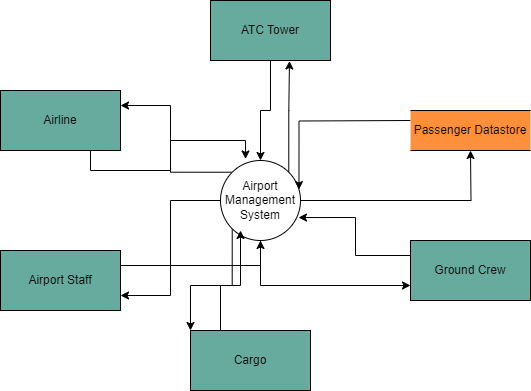
This is Diagramms/DFD_level0_context_diagram.png from Smr002/Group01_Airport_Management_System, a draw.io export, as it was before one commit. Source tidied: cells renumbered, new cells last; positions are measured from the earlier drawing's top-left corner, leaving out a move shared by most shapes. The source it was exported from:
```xml
<mxGraphModel>
  <root>
    <mxCell id="0" />
    <mxCell id="1" parent="0" />
    <mxCell id="2" value="Airline" style="whiteSpace=wrap;html=1;fillColor=#67AB9F;" parent="1" vertex="1">
      <mxGeometry y="90" width="120" height="60" as="geometry" />
    </mxCell>
    <mxCell id="3" value="Cargo" style="whiteSpace=wrap;html=1;fillColor=#67AB9F;" parent="1" vertex="1">
      <mxGeometry x="190" y="330" width="120" height="60" as="geometry" />
    </mxCell>
    <mxCell id="4" value="Ground Crew" style="whiteSpace=wrap;html=1;fillColor=#67AB9F;" parent="1" vertex="1">
      <mxGeometry x="410" y="240" width="120" height="60" as="geometry" />
    </mxCell>
    <mxCell id="5" style="edgeStyle=orthogonalEdgeStyle;rounded=0;jettySize=auto;html=1;exitX=0.5;exitY=1;exitDx=0;exitDy=0;entryX=0.5;entryY=0;entryDx=0;entryDy=0;" parent="1" edge="1" source="6" target="12">
      <mxGeometry relative="1" as="geometry" />
    </mxCell>
    <mxCell id="6" value="ATC Tower" style="whiteSpace=wrap;html=1;fillColor=#67AB9F;" parent="1" vertex="1">
      <mxGeometry x="210" width="120" height="60" as="geometry" />
    </mxCell>
    <mxCell id="7" style="edgeStyle=orthogonalEdgeStyle;rounded=0;jettySize=auto;html=1;exitX=1;exitY=0.5;exitDx=0;exitDy=0;" parent="1" edge="1" source="12">
      <mxGeometry relative="1" as="geometry">
        <mxPoint x="470" y="150" as="targetPoint" />
      </mxGeometry>
    </mxCell>
    <mxCell id="8" style="edgeStyle=orthogonalEdgeStyle;rounded=0;jettySize=auto;html=1;exitX=0.5;exitY=1;exitDx=0;exitDy=0;entryX=0;entryY=0.75;entryDx=0;entryDy=0;" parent="1" edge="1" source="12" target="4">
      <mxGeometry relative="1" as="geometry" />
    </mxCell>
    <mxCell id="9" style="edgeStyle=orthogonalEdgeStyle;rounded=0;jettySize=auto;html=1;exitX=0;exitY=1;exitDx=0;exitDy=0;entryX=0;entryY=0;entryDx=0;entryDy=0;" parent="1" edge="1" source="12" target="3">
      <mxGeometry relative="1" as="geometry" />
    </mxCell>
    <mxCell id="10" style="edgeStyle=orthogonalEdgeStyle;rounded=0;jettySize=auto;html=1;exitX=0;exitY=0.5;exitDx=0;exitDy=0;entryX=1;entryY=0.75;entryDx=0;entryDy=0;" parent="1" edge="1" source="12" target="14">
      <mxGeometry relative="1" as="geometry" />
    </mxCell>
    <mxCell id="11" style="edgeStyle=orthogonalEdgeStyle;rounded=0;jettySize=auto;html=1;exitX=0;exitY=0;exitDx=0;exitDy=0;entryX=1;entryY=0.25;entryDx=0;entryDy=0;" parent="1" edge="1" source="12" target="2">
      <mxGeometry relative="1" as="geometry" />
    </mxCell>
    <mxCell id="12" value="Airport Management System" style="ellipse;whiteSpace=wrap;html=1;" parent="1" vertex="1">
      <mxGeometry x="220" y="160" width="80" height="80" as="geometry" />
    </mxCell>
    <mxCell id="13" style="edgeStyle=orthogonalEdgeStyle;rounded=0;jettySize=auto;html=1;exitX=1;exitY=0.25;exitDx=0;exitDy=0;" parent="1" edge="1" source="14" target="12">
      <mxGeometry relative="1" as="geometry" />
    </mxCell>
    <mxCell id="14" value="Airport Staff" style="whiteSpace=wrap;html=1;fillColor=#67AB9F;" parent="1" vertex="1">
      <mxGeometry y="250" width="120" height="60" as="geometry" />
    </mxCell>
    <mxCell id="15" style="edgeStyle=orthogonalEdgeStyle;rounded=0;jettySize=auto;html=1;exitX=1;exitY=0;exitDx=0;exitDy=0;entryX=0.658;entryY=1.008;entryDx=0;entryDy=0;entryPerimeter=0;" parent="1" edge="1" source="12" target="6">
      <mxGeometry relative="1" as="geometry" />
    </mxCell>
    <mxCell id="16" style="edgeStyle=orthogonalEdgeStyle;rounded=0;jettySize=auto;html=1;exitX=0;exitY=0.5;exitDx=0;exitDy=0;entryX=0.981;entryY=0.363;entryDx=0;entryDy=0;entryPerimeter=0;" parent="1" edge="1" target="12">
      <mxGeometry relative="1" as="geometry">
        <mxPoint x="410" y="120" as="sourcePoint" />
      </mxGeometry>
    </mxCell>
    <mxCell id="17" style="edgeStyle=orthogonalEdgeStyle;rounded=0;jettySize=auto;html=1;exitX=0;exitY=0.25;exitDx=0;exitDy=0;entryX=0.975;entryY=0.713;entryDx=0;entryDy=0;entryPerimeter=0;" parent="1" edge="1" source="4" target="12">
      <mxGeometry relative="1" as="geometry" />
    </mxCell>
    <mxCell id="18" style="edgeStyle=orthogonalEdgeStyle;rounded=0;jettySize=auto;html=1;exitX=0.25;exitY=0;exitDx=0;exitDy=0;entryX=0.25;entryY=0.875;entryDx=0;entryDy=0;entryPerimeter=0;" parent="1" edge="1" source="3" target="12">
      <mxGeometry relative="1" as="geometry" />
    </mxCell>
    <mxCell id="19" style="edgeStyle=orthogonalEdgeStyle;rounded=0;jettySize=auto;html=1;exitX=0.75;exitY=1;exitDx=0;exitDy=0;entryX=0.313;entryY=-0.019;entryDx=0;entryDy=0;entryPerimeter=0;" parent="1" edge="1" source="2" target="12">
      <mxGeometry relative="1" as="geometry" />
    </mxCell>
    <mxCell id="20" value="Passenger Datastore" style="html=1;dashed=0;whiteSpace=wrap;shape=partialRectangle;right=0;left=0;fillColor=#FF903B;" parent="1" vertex="1">
      <mxGeometry x="410" y="110" width="120" height="40" as="geometry" />
    </mxCell>
  </root>
</mxGraphModel>
```
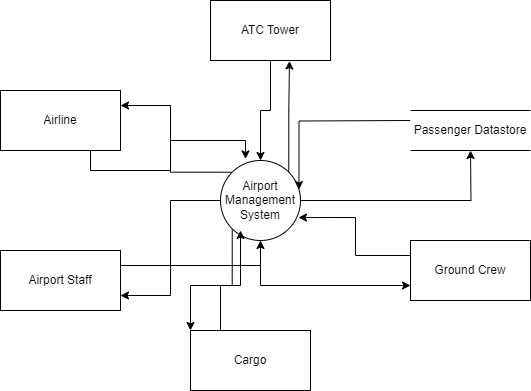
After the change.

Change to the diagram source:
```diff
@@ -2,19 +2,19 @@
   <root>
     <mxCell id="0" />
     <mxCell id="1" parent="0" />
-    <mxCell id="2" value="Airline" style="whiteSpace=wrap;html=1;fillColor=#67AB9F;" parent="1" vertex="1">
+    <mxCell id="2" value="Airline" style="whiteSpace=wrap;html=1;fillColor=#FFFFFF;" parent="1" vertex="1">
       <mxGeometry y="90" width="120" height="60" as="geometry" />
     </mxCell>
-    <mxCell id="3" value="Cargo" style="whiteSpace=wrap;html=1;fillColor=#67AB9F;" parent="1" vertex="1">
+    <mxCell id="3" value="Cargo" style="whiteSpace=wrap;html=1;fillColor=#FFFFFF;" parent="1" vertex="1">
       <mxGeometry x="190" y="330" width="120" height="60" as="geometry" />
     </mxCell>
-    <mxCell id="4" value="Ground Crew" style="whiteSpace=wrap;html=1;fillColor=#67AB9F;" parent="1" vertex="1">
+    <mxCell id="4" value="Ground Crew" style="whiteSpace=wrap;html=1;fillColor=#FFFFFF;" parent="1" vertex="1">
       <mxGeometry x="410" y="240" width="120" height="60" as="geometry" />
     </mxCell>
     <mxCell id="5" style="edgeStyle=orthogonalEdgeStyle;rounded=0;jettySize=auto;html=1;exitX=0.5;exitY=1;exitDx=0;exitDy=0;entryX=0.5;entryY=0;entryDx=0;entryDy=0;" parent="1" edge="1" source="6" target="12">
       <mxGeometry relative="1" as="geometry" />
     </mxCell>
-    <mxCell id="6" value="ATC Tower" style="whiteSpace=wrap;html=1;fillColor=#67AB9F;" parent="1" vertex="1">
+    <mxCell id="6" value="ATC Tower" style="whiteSpace=wrap;html=1;fillColor=#FFFFFF;" parent="1" vertex="1">
       <mxGeometry x="210" width="120" height="60" as="geometry" />
     </mxCell>
     <mxCell id="7" style="edgeStyle=orthogonalEdgeStyle;rounded=0;jettySize=auto;html=1;exitX=1;exitY=0.5;exitDx=0;exitDy=0;" parent="1" edge="1" source="12">
@@ -40,7 +40,7 @@
     <mxCell id="13" style="edgeStyle=orthogonalEdgeStyle;rounded=0;jettySize=auto;html=1;exitX=1;exitY=0.25;exitDx=0;exitDy=0;" parent="1" edge="1" source="14" target="12">
       <mxGeometry relative="1" as="geometry" />
     </mxCell>
-    <mxCell id="14" value="Airport Staff" style="whiteSpace=wrap;html=1;fillColor=#67AB9F;" parent="1" vertex="1">
+    <mxCell id="14" value="Airport Staff" style="whiteSpace=wrap;html=1;fillColor=#FFFFFF;" parent="1" vertex="1">
       <mxGeometry y="250" width="120" height="60" as="geometry" />
     </mxCell>
     <mxCell id="15" style="edgeStyle=orthogonalEdgeStyle;rounded=0;jettySize=auto;html=1;exitX=1;exitY=0;exitDx=0;exitDy=0;entryX=0.658;entryY=1.008;entryDx=0;entryDy=0;entryPerimeter=0;" parent="1" edge="1" source="12" target="6">
@@ -60,7 +60,7 @@
     <mxCell id="19" style="edgeStyle=orthogonalEdgeStyle;rounded=0;jettySize=auto;html=1;exitX=0.75;exitY=1;exitDx=0;exitDy=0;entryX=0.313;entryY=-0.019;entryDx=0;entryDy=0;entryPerimeter=0;" parent="1" edge="1" source="2" target="12">
       <mxGeometry relative="1" as="geometry" />
     </mxCell>
-    <mxCell id="20" value="Passenger Datastore" style="html=1;dashed=0;whiteSpace=wrap;shape=partialRectangle;right=0;left=0;fillColor=#FF903B;" parent="1" vertex="1">
+    <mxCell id="20" value="Passenger Datastore" style="html=1;dashed=0;whiteSpace=wrap;shape=partialRectangle;right=0;left=0;fillColor=#FFFFFF;" parent="1" vertex="1">
       <mxGeometry x="410" y="110" width="120" height="40" as="geometry" />
     </mxCell>
   </root>
```
